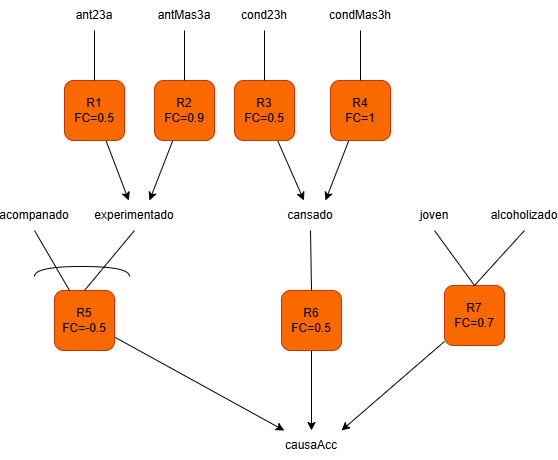
This is redInferenciaP3.png from marco-sang/universidad-ssii-proy-sbr, a draw.io export, as it was before one commit. Source tidied: cells renumbered, new cells last; positions are measured from the earlier drawing's top-left corner, leaving out a move shared by most shapes. Its diagram source:
```xml
<mxGraphModel>
  <root>
    <mxCell id="0" />
    <mxCell id="1" parent="0" />
    <mxCell id="2" value="ant23a" style="text;html=1;whiteSpace=wrap;strokeColor=none;fillColor=none;align=center;verticalAlign=middle;rounded=0;" parent="1" vertex="1">
      <mxGeometry x="60" width="60" height="30" as="geometry" />
    </mxCell>
    <mxCell id="3" style="rounded=0;jettySize=auto;html=1;" parent="1" edge="1" source="4" target="6">
      <mxGeometry relative="1" as="geometry" />
    </mxCell>
    <mxCell id="4" value="R1&lt;div&gt;FC=0.5&lt;/div&gt;" style="rounded=1;whiteSpace=wrap;html=1;fillColor=#fa6800;fontColor=#000000;strokeColor=#C73500;" parent="1" vertex="1">
      <mxGeometry x="60" y="80" width="60" height="60" as="geometry" />
    </mxCell>
    <mxCell id="5" style="endArrow=none;html=1;rounded=0;exitX=0.5;exitY=0;exitDx=0;exitDy=0;entryX=0.5;entryY=1;entryDx=0;entryDy=0;" parent="1" edge="1" source="4" target="2">
      <mxGeometry relative="1" as="geometry" />
    </mxCell>
    <mxCell id="6" value="experimentado" style="text;html=1;whiteSpace=wrap;strokeColor=none;fillColor=none;align=center;verticalAlign=middle;rounded=0;" parent="1" vertex="1">
      <mxGeometry x="100" y="200" width="60" height="30" as="geometry" />
    </mxCell>
    <mxCell id="7" value="antMas3a" style="text;html=1;whiteSpace=wrap;strokeColor=none;fillColor=none;align=center;verticalAlign=middle;rounded=0;" parent="1" vertex="1">
      <mxGeometry x="150" width="60" height="30" as="geometry" />
    </mxCell>
    <mxCell id="8" style="rounded=0;jettySize=auto;html=1;entryX=0.75;entryY=0;entryDx=0;entryDy=0;" parent="1" edge="1" source="9" target="6">
      <mxGeometry relative="1" as="geometry" />
    </mxCell>
    <mxCell id="9" value="R2&lt;div&gt;FC=0.9&lt;/div&gt;" style="rounded=1;whiteSpace=wrap;html=1;fillColor=#fa6800;fontColor=#000000;strokeColor=#C73500;" parent="1" vertex="1">
      <mxGeometry x="150" y="80" width="60" height="60" as="geometry" />
    </mxCell>
    <mxCell id="10" style="endArrow=none;html=1;rounded=0;exitX=0.5;exitY=0;exitDx=0;exitDy=0;entryX=0.5;entryY=1;entryDx=0;entryDy=0;" parent="1" edge="1" source="9" target="7">
      <mxGeometry relative="1" as="geometry" />
    </mxCell>
    <mxCell id="11" value="cond23h" style="text;html=1;whiteSpace=wrap;strokeColor=none;fillColor=none;align=center;verticalAlign=middle;rounded=0;" parent="1" vertex="1">
      <mxGeometry x="230" width="60" height="30" as="geometry" />
    </mxCell>
    <mxCell id="12" style="rounded=0;jettySize=auto;html=1;" parent="1" edge="1" source="13" target="15">
      <mxGeometry relative="1" as="geometry" />
    </mxCell>
    <mxCell id="13" value="R3&lt;div&gt;FC=0.5&lt;/div&gt;" style="rounded=1;whiteSpace=wrap;html=1;fillColor=#fa6800;fontColor=#000000;strokeColor=#C73500;" parent="1" vertex="1">
      <mxGeometry x="230" y="80" width="60" height="60" as="geometry" />
    </mxCell>
    <mxCell id="14" style="endArrow=none;html=1;rounded=0;exitX=0.5;exitY=0;exitDx=0;exitDy=0;entryX=0.5;entryY=1;entryDx=0;entryDy=0;" parent="1" edge="1" source="13" target="11">
      <mxGeometry relative="1" as="geometry" />
    </mxCell>
    <mxCell id="15" value="cansado" style="text;html=1;whiteSpace=wrap;strokeColor=none;fillColor=none;align=center;verticalAlign=middle;rounded=0;" parent="1" vertex="1">
      <mxGeometry x="276" y="200" width="60" height="30" as="geometry" />
    </mxCell>
    <mxCell id="16" value="condMas3h" style="text;html=1;whiteSpace=wrap;strokeColor=none;fillColor=none;align=center;verticalAlign=middle;rounded=0;" parent="1" vertex="1">
      <mxGeometry x="326" width="60" height="30" as="geometry" />
    </mxCell>
    <mxCell id="17" style="rounded=0;jettySize=auto;html=1;entryX=0.75;entryY=0;entryDx=0;entryDy=0;" parent="1" edge="1" source="18" target="15">
      <mxGeometry relative="1" as="geometry" />
    </mxCell>
    <mxCell id="18" value="R4&lt;div&gt;FC=1&lt;/div&gt;" style="rounded=1;whiteSpace=wrap;html=1;fillColor=#fa6800;fontColor=#000000;strokeColor=#C73500;" parent="1" vertex="1">
      <mxGeometry x="326" y="80" width="60" height="60" as="geometry" />
    </mxCell>
    <mxCell id="19" style="endArrow=none;html=1;rounded=0;exitX=0.5;exitY=0;exitDx=0;exitDy=0;entryX=0.5;entryY=1;entryDx=0;entryDy=0;" parent="1" edge="1" source="18" target="16">
      <mxGeometry relative="1" as="geometry" />
    </mxCell>
    <mxCell id="20" style="rounded=0;jettySize=auto;html=1;" parent="1" edge="1" source="21" target="23">
      <mxGeometry relative="1" as="geometry" />
    </mxCell>
    <mxCell id="21" value="R5&lt;div&gt;FC=-0.5&lt;/div&gt;" style="rounded=1;whiteSpace=wrap;html=1;fillColor=#fa6800;fontColor=#000000;strokeColor=#C73500;" parent="1" vertex="1">
      <mxGeometry x="50" y="290" width="60" height="60" as="geometry" />
    </mxCell>
    <mxCell id="22" style="endArrow=none;html=1;rounded=0;exitX=0.5;exitY=0;exitDx=0;exitDy=0;entryX=0.5;entryY=1;entryDx=0;entryDy=0;" parent="1" edge="1" source="21" target="6">
      <mxGeometry relative="1" as="geometry" />
    </mxCell>
    <mxCell id="23" value="causaAcc" style="text;html=1;whiteSpace=wrap;strokeColor=none;fillColor=none;align=center;verticalAlign=middle;rounded=0;" parent="1" vertex="1">
      <mxGeometry x="277" y="430" width="60" height="30" as="geometry" />
    </mxCell>
    <mxCell id="24" style="rounded=0;jettySize=auto;html=1;exitX=0.5;exitY=1;exitDx=0;exitDy=0;endArrow=none;endFill=0;entryX=0.25;entryY=0;entryDx=0;entryDy=0;" parent="1" edge="1" source="25" target="21">
      <mxGeometry relative="1" as="geometry" />
    </mxCell>
    <mxCell id="25" value="acompanado" style="text;html=1;whiteSpace=wrap;strokeColor=none;fillColor=none;align=center;verticalAlign=middle;rounded=0;" parent="1" vertex="1">
      <mxGeometry y="200" width="60" height="30" as="geometry" />
    </mxCell>
    <mxCell id="26" style="endArrow=none;html=1;rounded=0;edgeStyle=orthogonalEdgeStyle;curved=1;" parent="1" edge="1">
      <mxGeometry relative="1" as="geometry">
        <mxPoint x="30" y="276" as="sourcePoint" />
        <mxPoint x="125" y="276" as="targetPoint" />
        <Array as="points">
          <mxPoint x="30" y="266" />
          <mxPoint x="125" y="266" />
        </Array>
      </mxGeometry>
    </mxCell>
    <mxCell id="27" style="rounded=0;jettySize=auto;html=1;" parent="1" edge="1" source="28" target="23">
      <mxGeometry relative="1" as="geometry" />
    </mxCell>
    <mxCell id="28" value="R6&lt;div&gt;FC=0.5&lt;/div&gt;" style="rounded=1;whiteSpace=wrap;html=1;fillColor=#fa6800;fontColor=#000000;strokeColor=#C73500;" parent="1" vertex="1">
      <mxGeometry x="277" y="290" width="60" height="60" as="geometry" />
    </mxCell>
    <mxCell id="29" style="endArrow=none;html=1;rounded=0;exitX=0.5;exitY=0;exitDx=0;exitDy=0;entryX=0.5;entryY=1;entryDx=0;entryDy=0;" parent="1" edge="1" source="28" target="15">
      <mxGeometry relative="1" as="geometry" />
    </mxCell>
    <mxCell id="30" value="joven" style="text;html=1;whiteSpace=wrap;strokeColor=none;fillColor=none;align=center;verticalAlign=middle;rounded=0;" parent="1" vertex="1">
      <mxGeometry x="400" y="200" width="60" height="30" as="geometry" />
    </mxCell>
    <mxCell id="31" style="rounded=0;jettySize=auto;html=1;entryX=1;entryY=0;entryDx=0;entryDy=0;" parent="1" edge="1" source="32" target="23">
      <mxGeometry relative="1" as="geometry" />
    </mxCell>
    <mxCell id="32" value="R7&lt;div&gt;FC=0.7&lt;/div&gt;" style="rounded=1;whiteSpace=wrap;html=1;fillColor=#fa6800;fontColor=#000000;strokeColor=#C73500;" parent="1" vertex="1">
      <mxGeometry x="440" y="285" width="60" height="60" as="geometry" />
    </mxCell>
    <mxCell id="33" style="endArrow=none;html=1;rounded=0;exitX=0.5;exitY=0;exitDx=0;exitDy=0;entryX=0.5;entryY=1;entryDx=0;entryDy=0;" parent="1" edge="1" source="32" target="30">
      <mxGeometry relative="1" as="geometry" />
    </mxCell>
    <mxCell id="34" value="alcoholizado" style="text;html=1;whiteSpace=wrap;strokeColor=none;fillColor=none;align=center;verticalAlign=middle;rounded=0;" parent="1" vertex="1">
      <mxGeometry x="490" y="200" width="60" height="30" as="geometry" />
    </mxCell>
    <mxCell id="35" style="endArrow=none;html=1;rounded=0;exitX=0.5;exitY=0;exitDx=0;exitDy=0;entryX=0.5;entryY=1;entryDx=0;entryDy=0;" parent="1" edge="1" source="32" target="34">
      <mxGeometry relative="1" as="geometry" />
    </mxCell>
  </root>
</mxGraphModel>
```
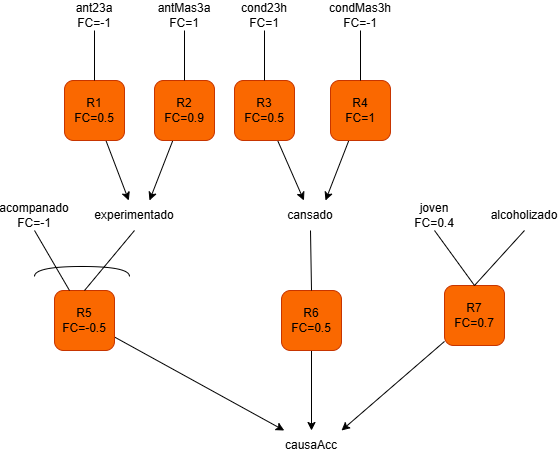
Later version of the same file.

Commit message:
red de inferencia p3 mod

What changed in the source:
```diff
@@ -2,7 +2,7 @@
   <root>
     <mxCell id="0" />
     <mxCell id="1" parent="0" />
-    <mxCell id="2" value="ant23a" style="text;html=1;whiteSpace=wrap;strokeColor=none;fillColor=none;align=center;verticalAlign=middle;rounded=0;" parent="1" vertex="1">
+    <mxCell id="2" value="ant23a&lt;div&gt;FC=-1&lt;/div&gt;" style="text;html=1;whiteSpace=wrap;strokeColor=none;fillColor=none;align=center;verticalAlign=middle;rounded=0;" parent="1" vertex="1">
       <mxGeometry x="60" width="60" height="30" as="geometry" />
     </mxCell>
     <mxCell id="3" style="rounded=0;jettySize=auto;html=1;" parent="1" edge="1" source="4" target="6">
@@ -17,7 +17,7 @@
     <mxCell id="6" value="experimentado" style="text;html=1;whiteSpace=wrap;strokeColor=none;fillColor=none;align=center;verticalAlign=middle;rounded=0;" parent="1" vertex="1">
       <mxGeometry x="100" y="200" width="60" height="30" as="geometry" />
     </mxCell>
-    <mxCell id="7" value="antMas3a" style="text;html=1;whiteSpace=wrap;strokeColor=none;fillColor=none;align=center;verticalAlign=middle;rounded=0;" parent="1" vertex="1">
+    <mxCell id="7" value="antMas3a&lt;div&gt;FC=1&lt;/div&gt;" style="text;html=1;whiteSpace=wrap;strokeColor=none;fillColor=none;align=center;verticalAlign=middle;rounded=0;" parent="1" vertex="1">
       <mxGeometry x="150" width="60" height="30" as="geometry" />
     </mxCell>
     <mxCell id="8" style="rounded=0;jettySize=auto;html=1;entryX=0.75;entryY=0;entryDx=0;entryDy=0;" parent="1" edge="1" source="9" target="6">
@@ -29,7 +29,7 @@
     <mxCell id="10" style="endArrow=none;html=1;rounded=0;exitX=0.5;exitY=0;exitDx=0;exitDy=0;entryX=0.5;entryY=1;entryDx=0;entryDy=0;" parent="1" edge="1" source="9" target="7">
       <mxGeometry relative="1" as="geometry" />
     </mxCell>
-    <mxCell id="11" value="cond23h" style="text;html=1;whiteSpace=wrap;strokeColor=none;fillColor=none;align=center;verticalAlign=middle;rounded=0;" parent="1" vertex="1">
+    <mxCell id="11" value="cond23h&lt;div&gt;FC=1&lt;/div&gt;" style="text;html=1;whiteSpace=wrap;strokeColor=none;fillColor=none;align=center;verticalAlign=middle;rounded=0;" parent="1" vertex="1">
       <mxGeometry x="230" width="60" height="30" as="geometry" />
     </mxCell>
     <mxCell id="12" style="rounded=0;jettySize=auto;html=1;" parent="1" edge="1" source="13" target="15">
@@ -44,7 +44,7 @@
     <mxCell id="15" value="cansado" style="text;html=1;whiteSpace=wrap;strokeColor=none;fillColor=none;align=center;verticalAlign=middle;rounded=0;" parent="1" vertex="1">
       <mxGeometry x="276" y="200" width="60" height="30" as="geometry" />
     </mxCell>
-    <mxCell id="16" value="condMas3h" style="text;html=1;whiteSpace=wrap;strokeColor=none;fillColor=none;align=center;verticalAlign=middle;rounded=0;" parent="1" vertex="1">
+    <mxCell id="16" value="condMas3h&lt;div&gt;FC=-1&lt;/div&gt;" style="text;html=1;whiteSpace=wrap;strokeColor=none;fillColor=none;align=center;verticalAlign=middle;rounded=0;" parent="1" vertex="1">
       <mxGeometry x="326" width="60" height="30" as="geometry" />
     </mxCell>
     <mxCell id="17" style="rounded=0;jettySize=auto;html=1;entryX=0.75;entryY=0;entryDx=0;entryDy=0;" parent="1" edge="1" source="18" target="15">
@@ -71,7 +71,7 @@
     <mxCell id="24" style="rounded=0;jettySize=auto;html=1;exitX=0.5;exitY=1;exitDx=0;exitDy=0;endArrow=none;endFill=0;entryX=0.25;entryY=0;entryDx=0;entryDy=0;" parent="1" edge="1" source="25" target="21">
       <mxGeometry relative="1" as="geometry" />
     </mxCell>
-    <mxCell id="25" value="acompanado" style="text;html=1;whiteSpace=wrap;strokeColor=none;fillColor=none;align=center;verticalAlign=middle;rounded=0;" parent="1" vertex="1">
+    <mxCell id="25" value="acompanado&lt;div&gt;FC=-1&lt;/div&gt;" style="text;html=1;whiteSpace=wrap;strokeColor=none;fillColor=none;align=center;verticalAlign=middle;rounded=0;" parent="1" vertex="1">
       <mxGeometry y="200" width="60" height="30" as="geometry" />
     </mxCell>
     <mxCell id="26" style="endArrow=none;html=1;rounded=0;edgeStyle=orthogonalEdgeStyle;curved=1;" parent="1" edge="1">
@@ -93,7 +93,7 @@
     <mxCell id="29" style="endArrow=none;html=1;rounded=0;exitX=0.5;exitY=0;exitDx=0;exitDy=0;entryX=0.5;entryY=1;entryDx=0;entryDy=0;" parent="1" edge="1" source="28" target="15">
       <mxGeometry relative="1" as="geometry" />
     </mxCell>
-    <mxCell id="30" value="joven" style="text;html=1;whiteSpace=wrap;strokeColor=none;fillColor=none;align=center;verticalAlign=middle;rounded=0;" parent="1" vertex="1">
+    <mxCell id="30" value="joven&lt;div&gt;FC=0.4&lt;/div&gt;" style="text;html=1;whiteSpace=wrap;strokeColor=none;fillColor=none;align=center;verticalAlign=middle;rounded=0;" parent="1" vertex="1">
       <mxGeometry x="400" y="200" width="60" height="30" as="geometry" />
     </mxCell>
     <mxCell id="31" style="rounded=0;jettySize=auto;html=1;entryX=1;entryY=0;entryDx=0;entryDy=0;" parent="1" edge="1" source="32" target="23">
```
